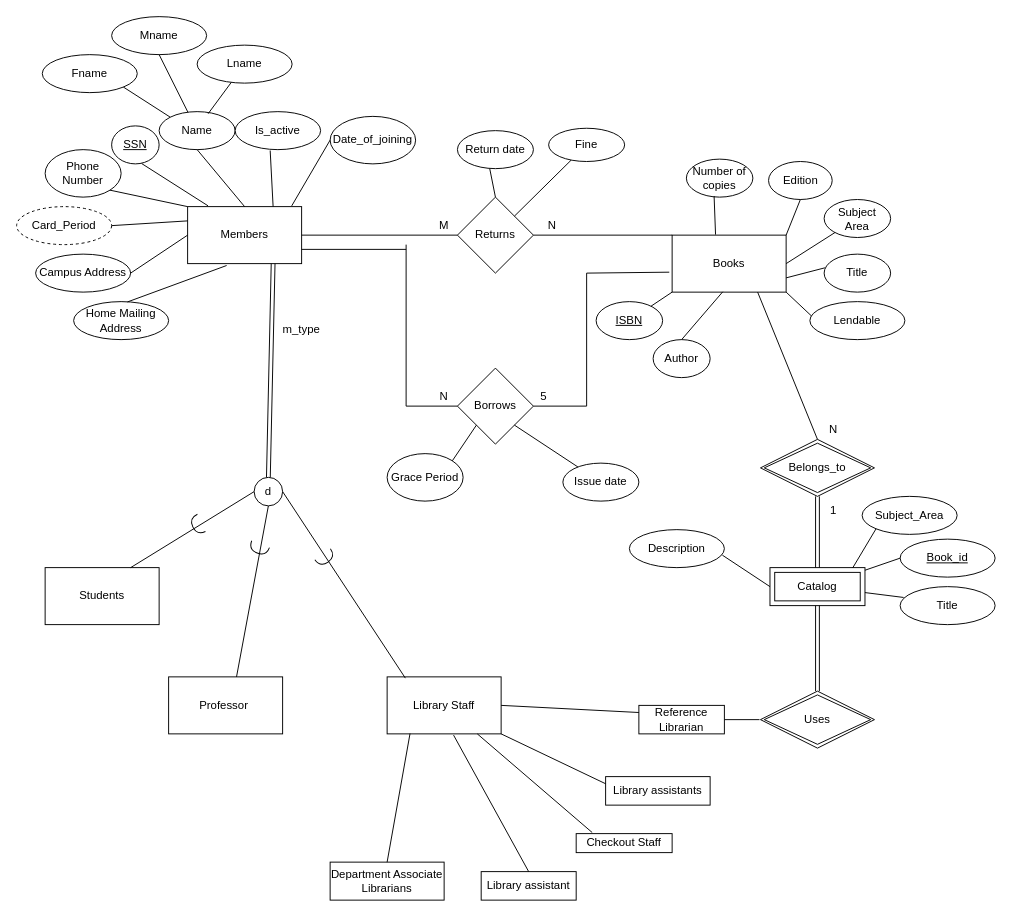
Above: er.drawio in aditpatil10/Library-Management-System (draw.io), before the change. Source tidied: cells renumbered, new cells numbered last; positions are measured from the earlier drawing's top-left corner, leaving out a move shared by most shapes. Both pictures are drawn from the tidied source at 95%, with x=0, y=0 at pixel (16, 16).
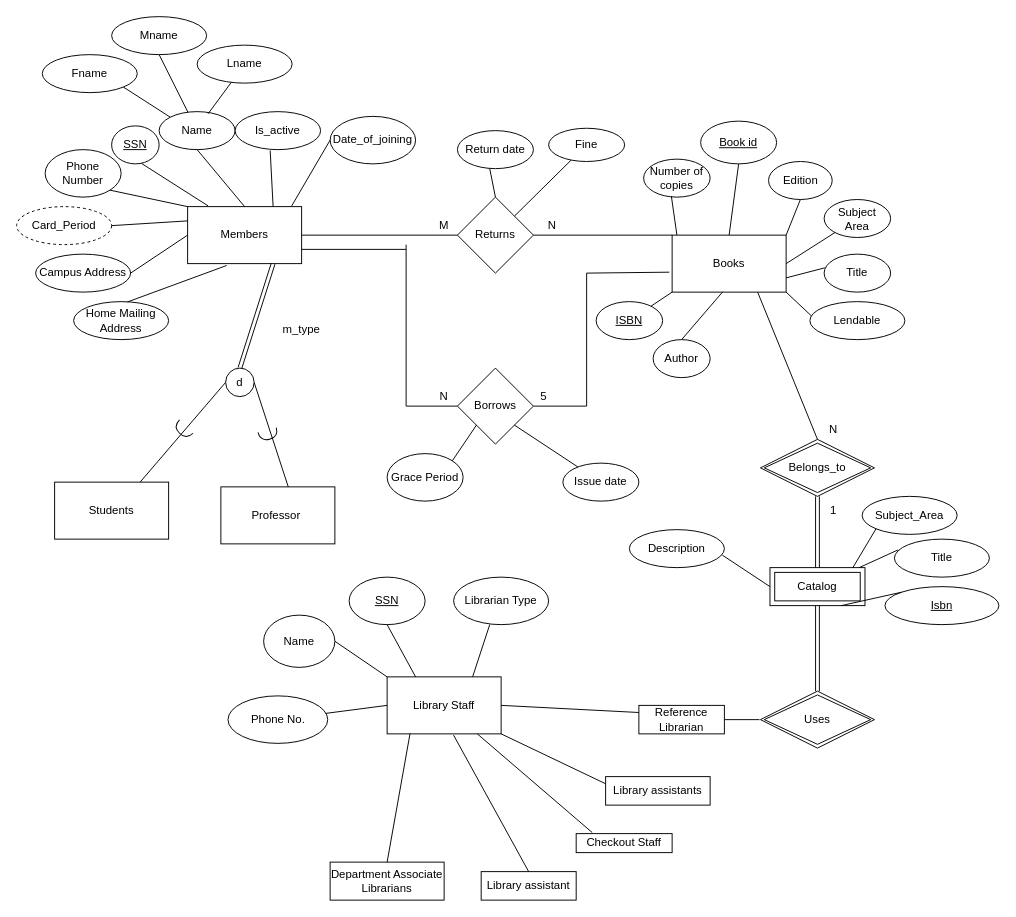
The same diagram, later.

Commit message:
Update [Changes in Librarian Entity in EER]

Unchanged cells that the change refers to:
```xml
<mxCell id="4" value="Books" style="rounded=0;whiteSpace=wrap;html=1;" parent="1" vertex="1">
  <mxGeometry x="690" y="230" width="120" height="60" as="geometry" />
</mxCell>
<mxCell id="32" value="Library Staff" style="rounded=0;whiteSpace=wrap;html=1;" parent="1" vertex="1">
  <mxGeometry x="390" y="695" width="120" height="60" as="geometry" />
</mxCell>
<mxCell id="83" value="Catalog" style="shape=ext;margin=3;double=1;whiteSpace=wrap;html=1;align=center;" parent="1" vertex="1">
  <mxGeometry x="793" y="580" width="100" height="40" as="geometry" />
</mxCell>
```

Change to the diagram source:
```diff
@@
     <mxCell id="15" value="Number of copies" style="ellipse;whiteSpace=wrap;html=1;align=center;" parent="1" vertex="1">
-      <mxGeometry x="705" y="150" width="70" height="40" as="geometry" />
+      <mxGeometry x="660" y="150" width="70" height="40" as="geometry" />
     </mxCell>
@@
-    <mxCell id="20" style="endArrow=none;html=1;entryX=0.417;entryY=0.971;entryDx=0;entryDy=0;entryPerimeter=0;exitX=0.381;exitY=-0.009;exitDx=0;exitDy=0;exitPerimeter=0;" parent="1" edge="1" source="4" target="15">
+    <mxCell id="20" style="endArrow=none;html=1;entryX=0.417;entryY=0.971;entryDx=0;entryDy=0;entryPerimeter=0;exitX=0.042;exitY=0;exitDx=0;exitDy=0;exitPerimeter=0;" parent="1" edge="1" source="4" target="15">
       <mxGeometry relative="1" as="geometry" />
     </mxCell>
@@
-    <mxCell id="30" style="endArrow=none;html=1;entryX=0.5;entryY=1;entryDx=0;entryDy=0;exitX=0.594;exitY=0.017;exitDx=0;exitDy=0;exitPerimeter=0;" parent="1" edge="1" source="31" target="33">
+    <mxCell id="30" style="endArrow=none;html=1;entryX=1;entryY=0.5;entryDx=0;entryDy=0;exitX=0.594;exitY=0.017;exitDx=0;exitDy=0;exitPerimeter=0;" parent="1" edge="1" source="31" target="33">
       <mxGeometry relative="1" as="geometry" />
     </mxCell>
     <mxCell id="31" value="Professor&amp;nbsp;" style="rounded=0;whiteSpace=wrap;html=1;" parent="1" vertex="1">
-      <mxGeometry x="160" y="695" width="120" height="60" as="geometry" />
+      <mxGeometry x="215" y="495" width="120" height="60" as="geometry" />
     </mxCell>
@@
     <mxCell id="33" value="d" style="ellipse;whiteSpace=wrap;html=1;" parent="1" vertex="1">
-      <mxGeometry x="250" y="485" width="30" height="30" as="geometry" />
+      <mxGeometry x="220" y="370" width="30" height="30" as="geometry" />
     </mxCell>
-    <mxCell id="34" style="endArrow=none;html=1;entryX=1;entryY=0.5;entryDx=0;entryDy=0;exitX=0.16;exitY=0.022;exitDx=0;exitDy=0;exitPerimeter=0;" parent="1" edge="1" source="32" target="33">
-      <mxGeometry relative="1" as="geometry" />
-    </mxCell>
@@
     <mxCell id="63" value="Students" style="rounded=0;whiteSpace=wrap;html=1;" parent="1" vertex="1">
-      <mxGeometry x="30" y="580" width="120" height="60" as="geometry" />
+      <mxGeometry x="40" y="490" width="120" height="60" as="geometry" />
     </mxCell>
@@
-    <mxCell id="80" style="shape=requiredInterface;html=1;verticalLabelPosition=bottom;direction=west;rotation=-25;" parent="1" vertex="1">
-      <mxGeometry x="185" y="525" width="10" height="20" as="geometry" />
-    </mxCell>
-    <mxCell id="81" style="shape=requiredInterface;html=1;verticalLabelPosition=bottom;rotation=111;" parent="1" vertex="1">
-      <mxGeometry x="250" y="550" width="10" height="20" as="geometry" />
-    </mxCell>
-    <mxCell id="82" style="shape=requiredInterface;html=1;verticalLabelPosition=bottom;rotation=55;" parent="1" vertex="1">
-      <mxGeometry x="320" y="560" width="10" height="20" as="geometry" />
-    </mxCell>
@@
-    <mxCell id="86" value="Book_id" style="ellipse;whiteSpace=wrap;html=1;align=center;fontStyle=4;" parent="1" vertex="1">
-      <mxGeometry x="930" y="550" width="100" height="40" as="geometry" />
-    </mxCell>
     <mxCell id="87" value="Title" style="ellipse;whiteSpace=wrap;html=1;align=center;" parent="1" vertex="1">
-      <mxGeometry x="930" y="600" width="100" height="40" as="geometry" />
+      <mxGeometry x="924" y="550" width="100" height="40" as="geometry" />
     </mxCell>
@@
-    <mxCell id="92" style="endArrow=none;html=1;entryX=0;entryY=0.5;entryDx=0;entryDy=0;" parent="1" edge="1" source="83" target="86">
-      <mxGeometry relative="1" as="geometry" />
-    </mxCell>
@@
+    <mxCell id="102" style="endArrow=none;html=1;exitX=0.5;exitY=0;exitDx=0;exitDy=0;entryX=0.5;entryY=1;entryDx=0;entryDy=0;" parent="1" edge="1" source="4" target="103">
+      <mxGeometry relative="1" as="geometry" />
+    </mxCell>
+    <mxCell id="103" value="&lt;u&gt;Book id&lt;/u&gt;" style="ellipse;whiteSpace=wrap;html=1;" parent="1" vertex="1">
+      <mxGeometry x="720" y="110" width="80" height="45" as="geometry" />
+    </mxCell>
+    <mxCell id="104" value="&lt;u&gt;Isbn&lt;/u&gt;" style="ellipse;whiteSpace=wrap;html=1;" parent="1" vertex="1">
+      <mxGeometry x="914" y="600" width="120" height="40" as="geometry" />
+    </mxCell>
+    <mxCell id="105" style="endArrow=none;html=1;entryX=0.75;entryY=1;entryDx=0;entryDy=0;exitX=0;exitY=0;exitDx=0;exitDy=0;" parent="1" edge="1" source="104" target="83">
+      <mxGeometry relative="1" as="geometry" />
+    </mxCell>
+    <mxCell id="106" value="&lt;u&gt;SSN&lt;/u&gt;" style="ellipse;whiteSpace=wrap;html=1;" parent="1" vertex="1">
+      <mxGeometry x="350" y="590" width="80" height="50" as="geometry" />
+    </mxCell>
+    <mxCell id="107" value="Librarian Type" style="ellipse;whiteSpace=wrap;html=1;" parent="1" vertex="1">
+      <mxGeometry x="460" y="590" width="100" height="50" as="geometry" />
+    </mxCell>
+    <mxCell id="108" value="Phone No." style="ellipse;whiteSpace=wrap;html=1;" parent="1" vertex="1">
+      <mxGeometry x="222.5" y="715" width="105" height="50" as="geometry" />
+    </mxCell>
+    <mxCell id="109" style="endArrow=none;html=1;entryX=0.38;entryY=1;entryDx=0;entryDy=0;entryPerimeter=0;exitX=0.75;exitY=0;exitDx=0;exitDy=0;" parent="1" edge="1" source="32" target="107">
+      <mxGeometry relative="1" as="geometry" />
+    </mxCell>
+    <mxCell id="110" style="endArrow=none;html=1;entryX=0.5;entryY=1;entryDx=0;entryDy=0;exitX=0.25;exitY=0;exitDx=0;exitDy=0;" parent="1" edge="1" source="32" target="106">
+      <mxGeometry relative="1" as="geometry" />
+    </mxCell>
+    <mxCell id="111" style="endArrow=none;html=1;exitX=0;exitY=0.5;exitDx=0;exitDy=0;" parent="1" edge="1" source="32" target="108">
+      <mxGeometry relative="1" as="geometry" />
+    </mxCell>
+    <mxCell id="112" style="endArrow=none;html=1;exitX=0;exitY=0;exitDx=0;exitDy=0;entryX=1;entryY=0.5;entryDx=0;entryDy=0;" parent="1" edge="1" source="32" target="113">
+      <mxGeometry relative="1" as="geometry" />
+    </mxCell>
+    <mxCell id="113" value="Name" style="ellipse;whiteSpace=wrap;html=1;" parent="1" vertex="1">
+      <mxGeometry x="260" y="630" width="75" height="55" as="geometry" />
+    </mxCell>
+    <mxCell id="114" style="shape=requiredInterface;html=1;verticalLabelPosition=bottom;direction=south;rotation=45;" parent="1" vertex="1">
+      <mxGeometry x="165" y="430" width="20" height="10" as="geometry" />
+    </mxCell>
+    <mxCell id="115" style="shape=requiredInterface;html=1;verticalLabelPosition=bottom;rotation=75;" parent="1" vertex="1">
+      <mxGeometry x="260" y="430" width="10" height="20" as="geometry" />
+    </mxCell>
```
